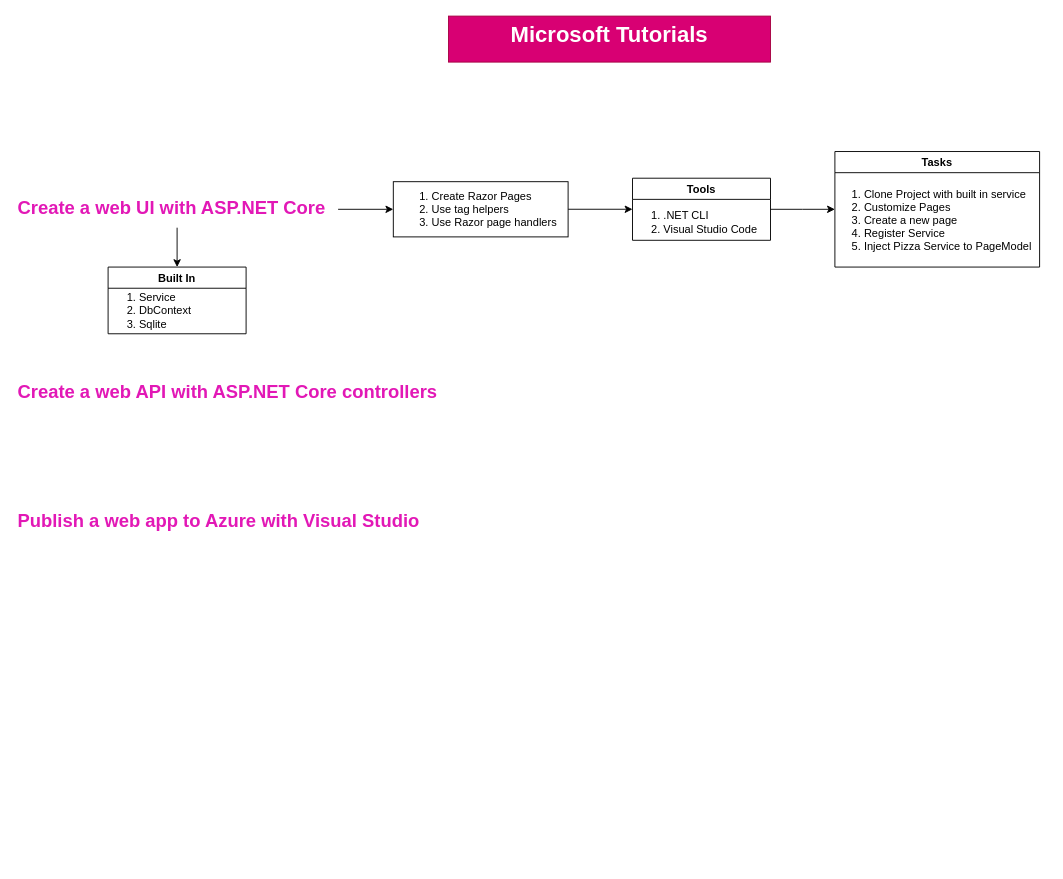
Above: List of Tutorials.drawio in ROME08/Training-ASP.NET (draw.io), before the change. Source tidied: cells renumbered, new cells numbered last; positions are measured from the earlier drawing's top-left corner, leaving out a move shared by most shapes. Both pictures are drawn from the tidied source at 92%, with x=0, y=0 at pixel (16, 16).
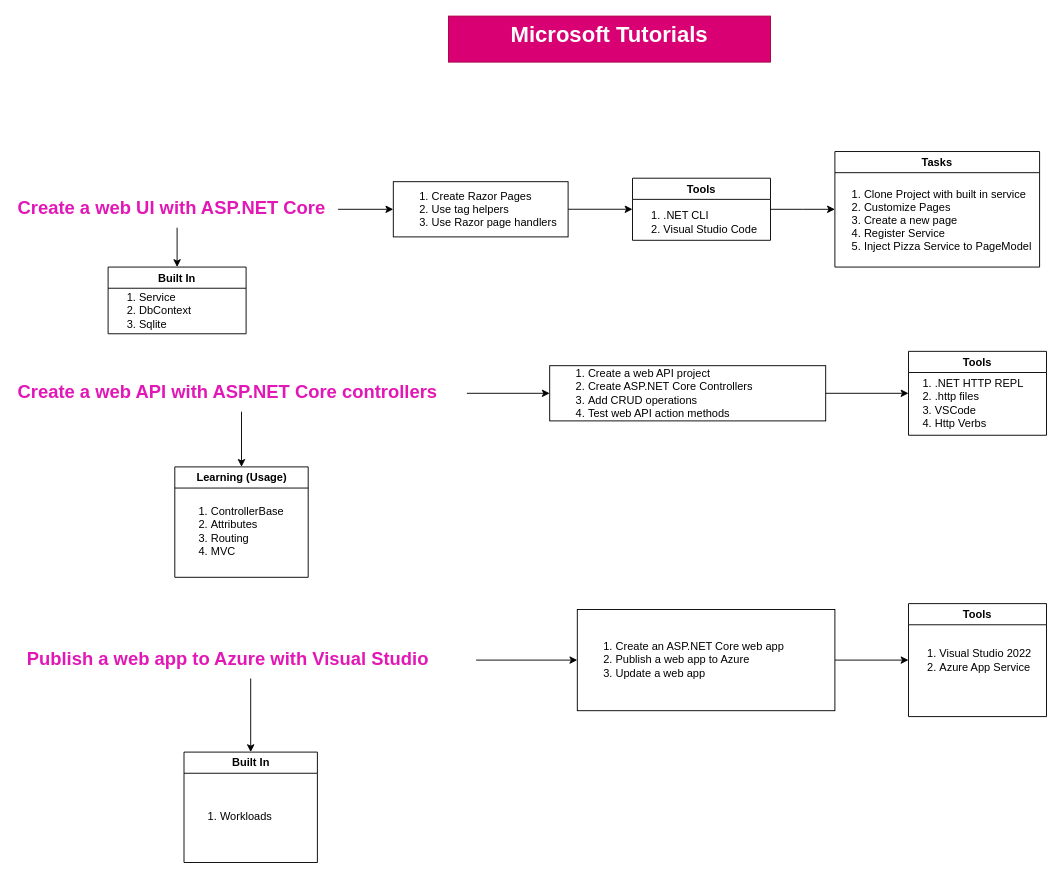
Above is the later version.

Commit message:
First Web Apps Training.drawio

Unchanged cells that the change refers to:
```xml
<mxCell id="15" value="&lt;h1 style=&quot;margin-top: 0px; font-size: 20px;&quot;&gt;Create a web API with ASP.NET Core controllers&lt;/h1&gt;" style="text;html=1;whiteSpace=wrap;overflow=hidden;rounded=0;fontSize=20;fontColor=#e218b6;" parent="1" vertex="1">
  <mxGeometry y="390" width="490" height="40" as="geometry" />
</mxCell>
```

Change to the diagram source:
```diff
@@
+    <mxCell id="17" style="edgeStyle=orthogonalEdgeStyle;rounded=0;jettySize=auto;html=1;" parent="1" edge="1" source="15" target="22">
+      <mxGeometry relative="1" as="geometry" />
+    </mxCell>
+    <mxCell id="18" style="edgeStyle=orthogonalEdgeStyle;rounded=0;jettySize=auto;html=1;entryX=0.5;entryY=0;entryDx=0;entryDy=0;" parent="1" edge="1" source="15" target="25">
+      <mxGeometry relative="1" as="geometry" />
+    </mxCell>
@@
+    <mxCell id="19" style="edgeStyle=orthogonalEdgeStyle;rounded=0;jettySize=auto;html=1;" parent="1" edge="1" source="16" target="28">
+      <mxGeometry relative="1" as="geometry" />
+    </mxCell>
+    <mxCell id="20" style="edgeStyle=orthogonalEdgeStyle;rounded=0;jettySize=auto;html=1;entryX=0.5;entryY=0;entryDx=0;entryDy=0;" parent="1" edge="1" source="16" target="31">
+      <mxGeometry relative="1" as="geometry" />
+    </mxCell>
     <mxCell id="16" value="&lt;h1 style=&quot;margin-top: 0px; font-size: 20px;&quot;&gt;Publish a web app to Azure with Visual Studio&lt;/h1&gt;" style="text;html=1;whiteSpace=wrap;overflow=hidden;rounded=0;fontSize=20;fontColor=#e218b6;" parent="1" vertex="1">
-      <mxGeometry y="530" width="490" height="40" as="geometry" />
+      <mxGeometry x="10" y="680" width="490" height="40" as="geometry" />
     </mxCell>
+    <mxCell id="21" style="edgeStyle=orthogonalEdgeStyle;rounded=0;jettySize=auto;html=1;entryX=0;entryY=0.5;entryDx=0;entryDy=0;" parent="1" edge="1" source="22" target="23">
+      <mxGeometry relative="1" as="geometry" />
+    </mxCell>
+    <mxCell id="22" value="&lt;ol&gt;&lt;li&gt;Create a web API project&lt;/li&gt;&lt;li&gt;Create ASP.NET Core Controllers&lt;br&gt;&lt;/li&gt;&lt;li&gt;Add CRUD operations&lt;/li&gt;&lt;li&gt;Test web API action methods&lt;/li&gt;&lt;/ol&gt;" style="whiteSpace=wrap;html=1;align=left;" parent="1" vertex="1">
+      <mxGeometry x="580" y="380" width="300" height="60" as="geometry" />
+    </mxCell>
+    <mxCell id="23" value="Tools" style="swimlane;" parent="1" vertex="1">
+      <mxGeometry x="970" y="364.4" width="150" height="91.2" as="geometry" />
+    </mxCell>
+    <mxCell id="24" value="&lt;ol&gt;&lt;li&gt;.NET HTTP REPL&lt;/li&gt;&lt;li&gt;.http files&lt;/li&gt;&lt;li&gt;VSCode&lt;/li&gt;&lt;li&gt;Http Verbs&lt;/li&gt;&lt;/ol&gt;" style="text;html=1;align=left;verticalAlign=middle;strokeColor=none;fillColor=none;spacing=-11;" parent="23" vertex="1">
+      <mxGeometry y="21.2" width="130" height="70" as="geometry" />
+    </mxCell>
+    <mxCell id="25" value="Learning (Usage)" style="swimlane;whiteSpace=wrap;html=1;" parent="1" vertex="1">
+      <mxGeometry x="172.5" y="490" width="145" height="120" as="geometry" />
+    </mxCell>
+    <mxCell id="26" value="&lt;ol&gt;&lt;li&gt;ControllerBase&lt;/li&gt;&lt;li&gt;Attributes&lt;/li&gt;&lt;li&gt;Routing&lt;/li&gt;&lt;li&gt;MVC&lt;/li&gt;&lt;/ol&gt;" style="text;html=1;align=left;verticalAlign=middle;strokeColor=none;fillColor=none;" parent="25" vertex="1">
+      <mxGeometry x="-2.5" y="20" width="140" height="100" as="geometry" />
+    </mxCell>
+    <mxCell id="27" style="edgeStyle=orthogonalEdgeStyle;rounded=0;jettySize=auto;html=1;entryX=0;entryY=0.5;entryDx=0;entryDy=0;" parent="1" edge="1" source="28" target="29">
+      <mxGeometry relative="1" as="geometry" />
+    </mxCell>
+    <mxCell id="28" value="&lt;ol&gt;&lt;li&gt;Create an ASP.NET Core web app&lt;/li&gt;&lt;li&gt;Publish a web app to Azure&lt;/li&gt;&lt;li&gt;Update a web app&lt;/li&gt;&lt;/ol&gt;" style="whiteSpace=wrap;html=1;align=left;" parent="1" vertex="1">
+      <mxGeometry x="610" y="645" width="280" height="110" as="geometry" />
+    </mxCell>
+    <mxCell id="29" value="Tools" style="swimlane;" parent="1" vertex="1">
+      <mxGeometry x="970" y="638.6" width="150" height="122.8" as="geometry" />
+    </mxCell>
+    <mxCell id="30" value="&lt;ol&gt;&lt;li&gt;Visual Studio 2022&lt;/li&gt;&lt;li&gt;Azure App Service&lt;/li&gt;&lt;/ol&gt;" style="text;html=1;align=left;verticalAlign=middle;strokeColor=none;fillColor=none;spacing=-11;" parent="29" vertex="1">
+      <mxGeometry x="5" y="41.4" width="140" height="40" as="geometry" />
+    </mxCell>
+    <mxCell id="31" value="Built In" style="swimlane;whiteSpace=wrap;html=1;" parent="1" vertex="1">
+      <mxGeometry x="182.5" y="800" width="145" height="120" as="geometry" />
+    </mxCell>
+    <mxCell id="32" value="&lt;ol&gt;&lt;li&gt;Workloads&lt;/li&gt;&lt;/ol&gt;" style="text;html=1;align=left;verticalAlign=middle;strokeColor=none;fillColor=none;" parent="31" vertex="1">
+      <mxGeometry x="-2.5" y="45" width="120" height="50" as="geometry" />
+    </mxCell>
```
